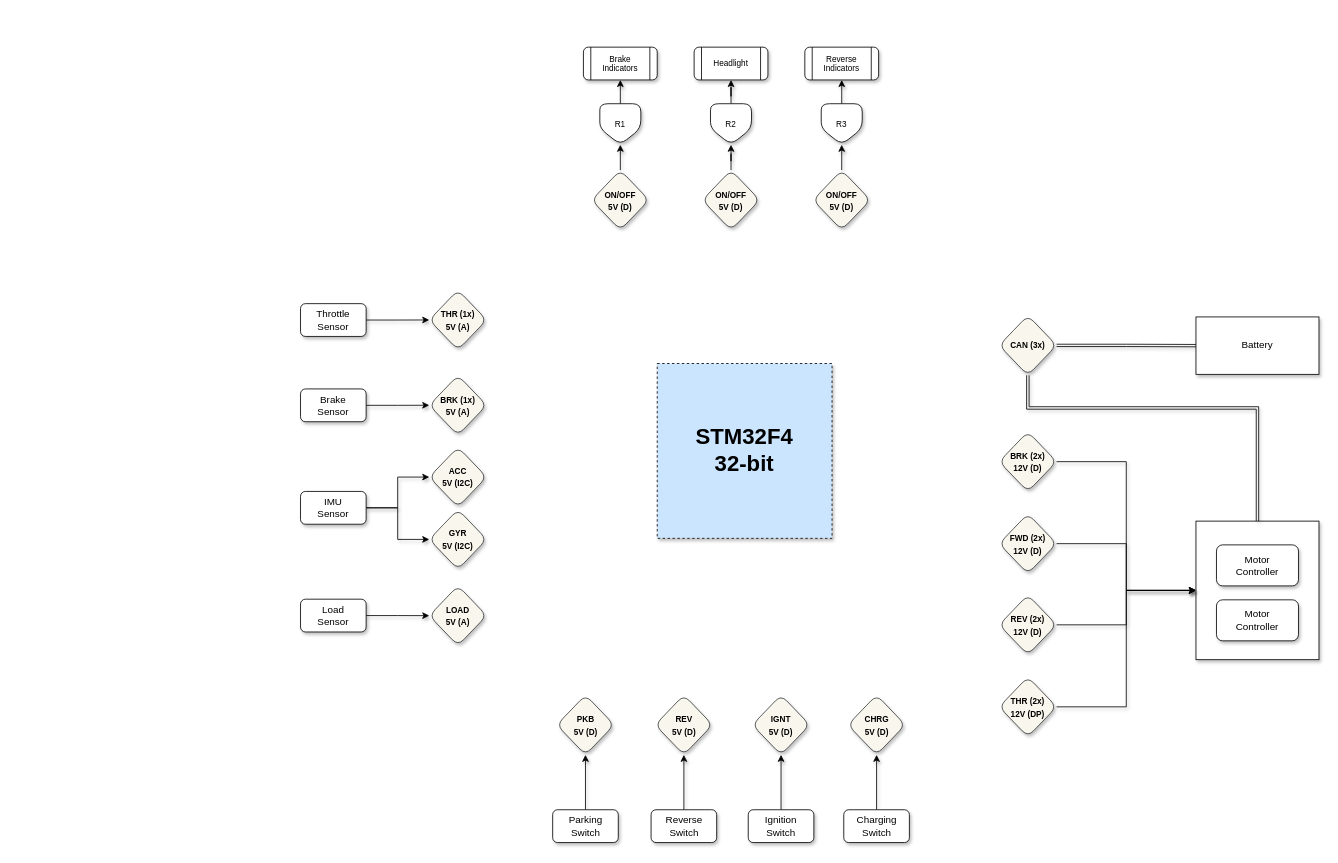
The draw.io diagram ECU.drawio in techvitamins/developer, before the edit. Source tidied: cells renumbered, new cells numbered last; positions are measured from the earlier drawing's top-left corner, leaving out a move shared by most shapes. Both pictures are drawn from the tidied source at 82%, with x=0, y=0 at pixel (300, 47).
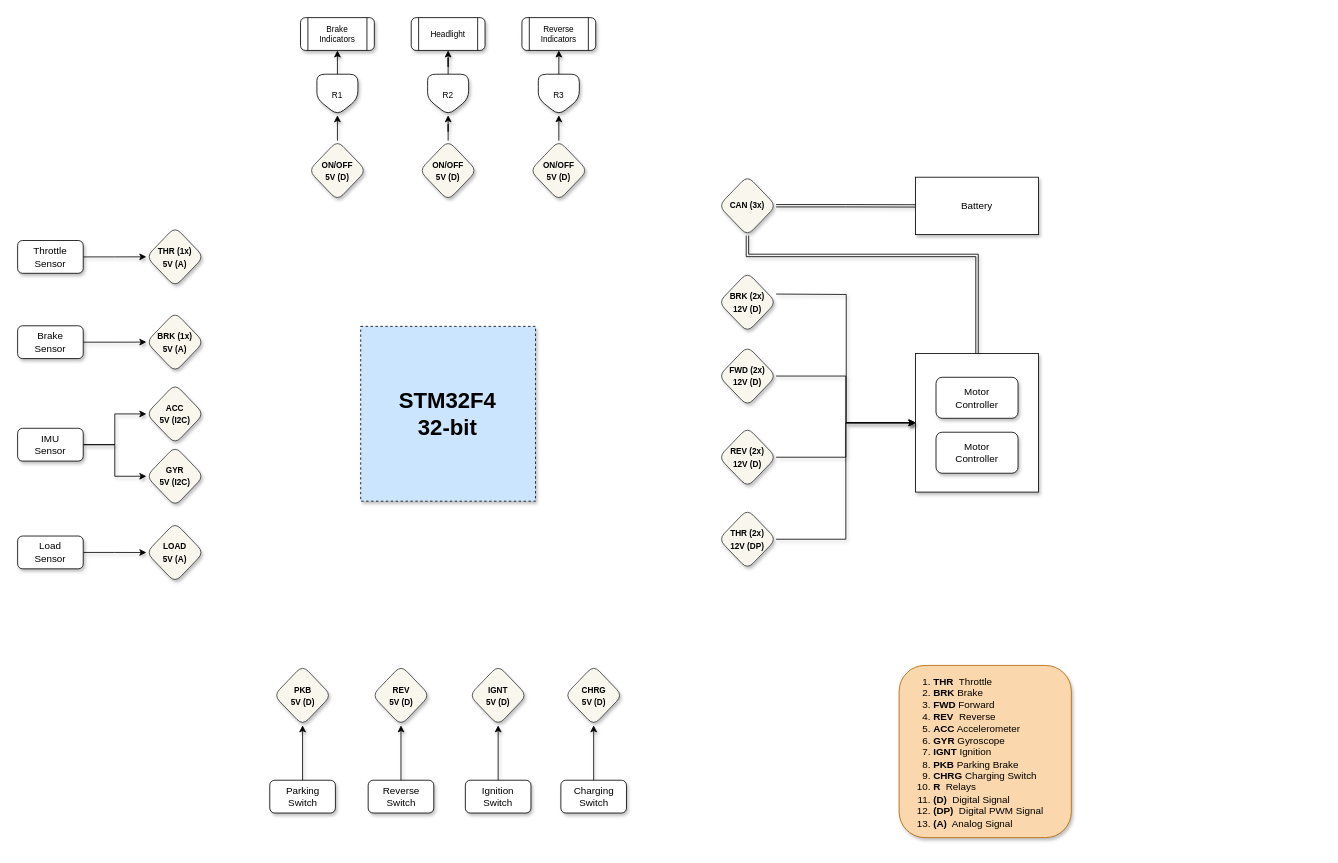
The same diagram, later.

What changed in the source:
```diff
@@
     <mxCell id="2" value="&lt;font style=&quot;font-size: 27px&quot;&gt;&lt;b&gt;STM32F4&lt;br&gt;32-bit&lt;/b&gt;&lt;/font&gt;" style="whiteSpace=wrap;html=1;shadow=1;strokeColor=default;strokeWidth=1;fillColor=#cce5ff;dashed=1;" parent="1" vertex="1">
-      <mxGeometry x="435" y="385.8" width="213.2" height="213.2" as="geometry" />
+      <mxGeometry x="73.4" y="340.5" width="213.2" height="213.2" as="geometry" />
     </mxCell>
-    <mxCell id="3" style="edgeStyle=orthogonalEdgeStyle;rounded=0;jettySize=auto;html=1;exitX=1;exitY=0.5;exitDx=0;exitDy=0;entryX=0;entryY=0.5;entryDx=0;entryDy=0;fontSize=10;shadow=1;" parent="1" edge="1" source="4" target="5">
-      <mxGeometry relative="1" as="geometry" />
+    <mxCell id="3" style="edgeStyle=orthogonalEdgeStyle;rounded=0;jettySize=auto;html=1;exitX=1;exitY=0.5;exitDx=0;exitDy=0;entryX=0;entryY=0.5;entryDx=0;entryDy=0;fontSize=10;shadow=1;" parent="1" edge="1" target="5">
+      <mxGeometry relative="1" as="geometry">
+        <mxPoint x="580" y="301.1" as="sourcePoint" />
+      </mxGeometry>
     </mxCell>
     <mxCell id="4" value="&lt;font style=&quot;font-size: 10px&quot;&gt;&lt;b&gt;BRK (2x)&lt;br&gt;12V (D)&lt;/b&gt;&lt;/font&gt;" style="rhombus;whiteSpace=wrap;html=1;shadow=1;rounded=1;fillColor=#f9f7ed;strokeColor=#36393d;" parent="1" vertex="1">
-      <mxGeometry x="852" y="469" width="70" height="73" as="geometry" />
+      <mxGeometry x="510" y="274.6" width="70" height="73" as="geometry" />
     </mxCell>
     <mxCell id="5" style="rounded=0;whiteSpace=wrap;html=1;shadow=1;" parent="1" vertex="1">
-      <mxGeometry x="1092" y="578" width="150" height="169" as="geometry" />
+      <mxGeometry x="750" y="373.6" width="150" height="169" as="geometry" />
     </mxCell>
     <mxCell id="6" value="Motor&lt;br&gt;Controller" style="rounded=1;whiteSpace=wrap;html=1;shadow=1;" parent="1" vertex="1">
-      <mxGeometry x="1117" y="607" width="100" height="50" as="geometry" />
+      <mxGeometry x="775" y="402.6" width="100" height="50" as="geometry" />
     </mxCell>
     <mxCell id="7" value="Motor&lt;br&gt;Controller" style="rounded=1;whiteSpace=wrap;html=1;shadow=1;" parent="1" vertex="1">
-      <mxGeometry x="1117" y="674" width="100" height="50" as="geometry" />
+      <mxGeometry x="775" y="469.6" width="100" height="50" as="geometry" />
     </mxCell>
@@
     <mxCell id="9" value="Brake&lt;br&gt;Sensor" style="rounded=1;whiteSpace=wrap;html=1;shadow=1;" parent="1" vertex="1">
-      <mxGeometry y="416.8" width="80" height="40" as="geometry" />
+      <mxGeometry x="-345" y="339.8" width="80" height="40" as="geometry" />
     </mxCell>
@@
     <mxCell id="12" value="IMU&lt;br&gt;Sensor" style="rounded=1;whiteSpace=wrap;html=1;shadow=1;" parent="1" vertex="1">
-      <mxGeometry y="541.8" width="80" height="40" as="geometry" />
+      <mxGeometry x="-345" y="464.8" width="80" height="40" as="geometry" />
     </mxCell>
@@
     <mxCell id="14" value="&lt;font style=&quot;font-size: 10px&quot;&gt;&lt;b&gt;FWD (2x)&lt;br&gt;12V (D)&lt;/b&gt;&lt;/font&gt;" style="rhombus;whiteSpace=wrap;html=1;shadow=1;rounded=1;fillColor=#f9f7ed;strokeColor=#36393d;" parent="1" vertex="1">
-      <mxGeometry x="852" y="569" width="70" height="73" as="geometry" />
+      <mxGeometry x="510" y="364.6" width="70" height="73" as="geometry" />
     </mxCell>
@@
     <mxCell id="16" value="&lt;font style=&quot;font-size: 10px&quot;&gt;&lt;b&gt;REV (2x)&lt;br&gt;12V (D)&lt;/b&gt;&lt;/font&gt;" style="rhombus;whiteSpace=wrap;html=1;shadow=1;rounded=1;fillColor=#f9f7ed;strokeColor=#36393d;" parent="1" vertex="1">
-      <mxGeometry x="852" y="668" width="70" height="73" as="geometry" />
+      <mxGeometry x="510" y="463.6" width="70" height="73" as="geometry" />
     </mxCell>
@@
     <mxCell id="18" value="&lt;font style=&quot;font-size: 10px&quot;&gt;&lt;b&gt;THR (2x)&lt;br&gt;12V (DP)&lt;/b&gt;&lt;/font&gt;" style="rhombus;whiteSpace=wrap;html=1;shadow=1;rounded=1;fillColor=#f9f7ed;strokeColor=#36393d;" parent="1" vertex="1">
-      <mxGeometry x="852" y="768" width="70" height="73" as="geometry" />
+      <mxGeometry x="510" y="563.6" width="70" height="73" as="geometry" />
     </mxCell>
     <mxCell id="19" value="&lt;font style=&quot;font-size: 10px&quot;&gt;&lt;b&gt;BRK (1x)&lt;br&gt;5V (A)&lt;br&gt;&lt;/b&gt;&lt;/font&gt;" style="rhombus;whiteSpace=wrap;html=1;shadow=1;rounded=1;fillColor=#f9f7ed;strokeColor=#36393d;" parent="1" vertex="1">
-      <mxGeometry x="157" y="400.2" width="70" height="73" as="geometry" />
+      <mxGeometry x="-188" y="323.2" width="70" height="73" as="geometry" />
     </mxCell>
     <mxCell id="20" value="&lt;font style=&quot;font-size: 10px&quot;&gt;&lt;b&gt;ACC&lt;br&gt;5V (I2C)&lt;br&gt;&lt;/b&gt;&lt;/font&gt;" style="rhombus;whiteSpace=wrap;html=1;shadow=1;rounded=1;fillColor=#f9f7ed;strokeColor=#36393d;" parent="1" vertex="1">
-      <mxGeometry x="157" y="487.8" width="70" height="73" as="geometry" />
+      <mxGeometry x="-188" y="410.8" width="70" height="73" as="geometry" />
     </mxCell>
     <mxCell id="21" value="&lt;font style=&quot;font-size: 10px&quot;&gt;&lt;b&gt;GYR&lt;br&gt;5V (I2C)&lt;br&gt;&lt;/b&gt;&lt;/font&gt;" style="rhombus;whiteSpace=wrap;html=1;shadow=1;rounded=1;fillColor=#f9f7ed;strokeColor=#36393d;" parent="1" vertex="1">
-      <mxGeometry x="157" y="563.8" width="70" height="73" as="geometry" />
+      <mxGeometry x="-188" y="486.8" width="70" height="73" as="geometry" />
     </mxCell>
@@
     <mxCell id="23" value="Load&lt;br&gt;Sensor" style="rounded=1;whiteSpace=wrap;html=1;shadow=1;" parent="1" vertex="1">
-      <mxGeometry y="673.2" width="80" height="40" as="geometry" />
+      <mxGeometry x="-345" y="596.2" width="80" height="40" as="geometry" />
     </mxCell>
     <mxCell id="24" value="&lt;font style=&quot;font-size: 10px&quot;&gt;&lt;b&gt;LOAD&lt;br&gt;5V (A)&lt;br&gt;&lt;/b&gt;&lt;/font&gt;" style="rhombus;whiteSpace=wrap;html=1;shadow=1;rounded=1;fillColor=#f9f7ed;strokeColor=#36393d;" parent="1" vertex="1">
-      <mxGeometry x="157" y="656.8" width="70" height="73" as="geometry" />
+      <mxGeometry x="-188" y="579.8" width="70" height="73" as="geometry" />
     </mxCell>
@@
     <mxCell id="26" value="Throttle&lt;br&gt;Sensor" style="rounded=1;whiteSpace=wrap;html=1;shadow=1;" parent="1" vertex="1">
-      <mxGeometry y="312.8" width="80" height="40" as="geometry" />
+      <mxGeometry x="-345" y="235.8" width="80" height="40" as="geometry" />
     </mxCell>
     <mxCell id="27" value="&lt;font style=&quot;font-size: 10px&quot;&gt;&lt;b&gt;THR (1x)&lt;br&gt;5V (A)&lt;br&gt;&lt;/b&gt;&lt;/font&gt;" style="rhombus;whiteSpace=wrap;html=1;shadow=1;rounded=1;fillColor=#f9f7ed;strokeColor=#36393d;" parent="1" vertex="1">
-      <mxGeometry x="157" y="296.2" width="70" height="73" as="geometry" />
+      <mxGeometry x="-188" y="219.2" width="70" height="73" as="geometry" />
     </mxCell>
     <mxCell id="28" value="Headlight" style="shape=process;whiteSpace=wrap;html=1;backgroundOutline=1;rounded=1;fontSize=10;shadow=1;" parent="1" vertex="1">
-      <mxGeometry x="480" width="90" height="40" as="geometry" />
+      <mxGeometry x="135" y="-36" width="90" height="40" as="geometry" />
     </mxCell>
@@
     <mxCell id="30" value="&lt;font style=&quot;font-size: 10px&quot;&gt;&lt;b&gt;ON/OFF&lt;br&gt;5V (D)&lt;/b&gt;&lt;/font&gt;" style="rhombus;whiteSpace=wrap;html=1;shadow=1;rounded=1;fillColor=#f9f7ed;strokeColor=#36393d;" parent="1" vertex="1">
-      <mxGeometry x="490" y="150" width="70" height="73" as="geometry" />
+      <mxGeometry x="145" y="114" width="70" height="73" as="geometry" />
     </mxCell>
     <mxCell id="31" value="Brake&lt;br&gt;Indicators" style="shape=process;whiteSpace=wrap;html=1;backgroundOutline=1;rounded=1;fontSize=10;shadow=1;" parent="1" vertex="1">
-      <mxGeometry x="345" width="90" height="40" as="geometry" />
+      <mxGeometry y="-36" width="90" height="40" as="geometry" />
     </mxCell>
     <mxCell id="32" value="Reverse&lt;br&gt;Indicators" style="shape=process;whiteSpace=wrap;html=1;backgroundOutline=1;rounded=1;fontSize=10;shadow=1;" parent="1" vertex="1">
-      <mxGeometry x="615" width="90" height="40" as="geometry" />
+      <mxGeometry x="270" y="-36" width="90" height="40" as="geometry" />
     </mxCell>
@@
     <mxCell id="34" value="&lt;font style=&quot;font-size: 10px&quot;&gt;&lt;b&gt;ON/OFF&lt;br&gt;5V (D)&lt;/b&gt;&lt;/font&gt;" style="rhombus;whiteSpace=wrap;html=1;shadow=1;rounded=1;fillColor=#f9f7ed;strokeColor=#36393d;" parent="1" vertex="1">
-      <mxGeometry x="355" y="150" width="70" height="73" as="geometry" />
+      <mxGeometry x="10" y="114" width="70" height="73" as="geometry" />
     </mxCell>
@@
     <mxCell id="36" value="&lt;font style=&quot;font-size: 10px&quot;&gt;&lt;b&gt;ON/OFF&lt;br&gt;5V (D)&lt;/b&gt;&lt;/font&gt;" style="rhombus;whiteSpace=wrap;html=1;shadow=1;rounded=1;fillColor=#f9f7ed;strokeColor=#36393d;" parent="1" vertex="1">
-      <mxGeometry x="625" y="150" width="70" height="73" as="geometry" />
+      <mxGeometry x="280" y="114" width="70" height="73" as="geometry" />
     </mxCell>
@@
     <mxCell id="38" value="R1" style="shape=offPageConnector;whiteSpace=wrap;html=1;rounded=1;shadow=1;fontSize=10;size=0.4;" parent="1" vertex="1">
-      <mxGeometry x="365" y="69" width="50" height="50" as="geometry" />
+      <mxGeometry x="20" y="33" width="50" height="50" as="geometry" />
     </mxCell>
@@
     <mxCell id="40" value="R2" style="shape=offPageConnector;whiteSpace=wrap;html=1;rounded=1;shadow=1;fontSize=10;size=0.4;" parent="1" vertex="1">
-      <mxGeometry x="500" y="69" width="50" height="50" as="geometry" />
+      <mxGeometry x="155" y="33" width="50" height="50" as="geometry" />
     </mxCell>
@@
     <mxCell id="42" value="R3" style="shape=offPageConnector;whiteSpace=wrap;html=1;rounded=1;shadow=1;fontSize=10;size=0.4;" parent="1" vertex="1">
-      <mxGeometry x="635" y="69" width="50" height="50" as="geometry" />
+      <mxGeometry x="290" y="33" width="50" height="50" as="geometry" />
     </mxCell>
@@
     <mxCell id="44" value="Parking&lt;br&gt;Switch" style="rounded=1;whiteSpace=wrap;html=1;shadow=1;" parent="1" vertex="1">
-      <mxGeometry x="307.5" y="930" width="80" height="40" as="geometry" />
+      <mxGeometry x="-37.5" y="894" width="80" height="40" as="geometry" />
     </mxCell>
@@
     <mxCell id="46" value="Reverse&lt;br&gt;Switch" style="rounded=1;whiteSpace=wrap;html=1;shadow=1;" parent="1" vertex="1">
-      <mxGeometry x="427.5" y="930" width="80" height="40" as="geometry" />
+      <mxGeometry x="82.5" y="894" width="80" height="40" as="geometry" />
     </mxCell>
@@
     <mxCell id="48" value="Charging&lt;br&gt;Switch" style="rounded=1;whiteSpace=wrap;html=1;shadow=1;" parent="1" vertex="1">
-      <mxGeometry x="662.5" y="930" width="80" height="40" as="geometry" />
+      <mxGeometry x="317.5" y="894" width="80" height="40" as="geometry" />
     </mxCell>
@@
     <mxCell id="50" value="Ignition&lt;br&gt;Switch" style="rounded=1;whiteSpace=wrap;html=1;shadow=1;" parent="1" vertex="1">
-      <mxGeometry x="546" y="930" width="80" height="40" as="geometry" />
+      <mxGeometry x="201" y="894" width="80" height="40" as="geometry" />
     </mxCell>
     <mxCell id="51" value="&lt;font style=&quot;font-size: 10px&quot;&gt;&lt;b&gt;PKB&lt;br&gt;5V (D)&lt;br&gt;&lt;/b&gt;&lt;/font&gt;" style="rhombus;whiteSpace=wrap;html=1;shadow=1;rounded=1;fillColor=#f9f7ed;strokeColor=#36393d;" parent="1" vertex="1">
-      <mxGeometry x="312.5" y="790" width="70" height="73" as="geometry" />
+      <mxGeometry x="-32.5" y="754" width="70" height="73" as="geometry" />
     </mxCell>
     <mxCell id="52" value="&lt;font style=&quot;font-size: 10px&quot;&gt;&lt;b&gt;REV&lt;br&gt;5V (D)&lt;br&gt;&lt;/b&gt;&lt;/font&gt;" style="rhombus;whiteSpace=wrap;html=1;shadow=1;rounded=1;fillColor=#f9f7ed;strokeColor=#36393d;" parent="1" vertex="1">
-      <mxGeometry x="432.5" y="790" width="70" height="73" as="geometry" />
+      <mxGeometry x="87.5" y="754" width="70" height="73" as="geometry" />
     </mxCell>
     <mxCell id="53" value="&lt;font style=&quot;font-size: 10px&quot;&gt;&lt;b&gt;IGNT&lt;br&gt;5V (D)&lt;br&gt;&lt;/b&gt;&lt;/font&gt;" style="rhombus;whiteSpace=wrap;html=1;shadow=1;rounded=1;fillColor=#f9f7ed;strokeColor=#36393d;" parent="1" vertex="1">
-      <mxGeometry x="551" y="790" width="70" height="73" as="geometry" />
+      <mxGeometry x="206" y="754" width="70" height="73" as="geometry" />
     </mxCell>
     <mxCell id="54" value="&lt;font style=&quot;font-size: 10px&quot;&gt;&lt;b&gt;CHRG&lt;br&gt;5V (D)&lt;br&gt;&lt;/b&gt;&lt;/font&gt;" style="rhombus;whiteSpace=wrap;html=1;shadow=1;rounded=1;fillColor=#f9f7ed;strokeColor=#36393d;" parent="1" vertex="1">
-      <mxGeometry x="667.5" y="790" width="70" height="73" as="geometry" />
+      <mxGeometry x="322.5" y="754" width="70" height="73" as="geometry" />
     </mxCell>
@@
     <mxCell id="56" style="edgeStyle=elbowEdgeStyle;shape=link;rounded=0;jettySize=auto;html=1;entryX=0.5;entryY=0;entryDx=0;entryDy=0;shadow=1;fontSize=12;elbow=vertical;width=3;" parent="1" edge="1" source="57" target="5">
       <mxGeometry relative="1" as="geometry">
         <Array as="points">
-          <mxPoint x="1035" y="440" />
+          <mxPoint x="720" y="254" />
+          <mxPoint x="693" y="381.6" />
         </Array>
       </mxGeometry>
     </mxCell>
     <mxCell id="57" value="&lt;font style=&quot;font-size: 10px&quot;&gt;&lt;b&gt;CAN (3x)&lt;br&gt;&lt;/b&gt;&lt;/font&gt;" style="rhombus;whiteSpace=wrap;html=1;shadow=1;rounded=1;fillColor=#f9f7ed;strokeColor=#36393d;" parent="1" vertex="1">
-      <mxGeometry x="852" y="327.2" width="70" height="73" as="geometry" />
+      <mxGeometry x="510" y="156.9" width="70" height="73" as="geometry" />
     </mxCell>
     <mxCell id="58" value="Battery" style="rounded=0;whiteSpace=wrap;html=1;shadow=1;" parent="1" vertex="1">
-      <mxGeometry x="1092" y="329" width="150" height="70" as="geometry" />
+      <mxGeometry x="750" y="158.6" width="150" height="70" as="geometry" />
     </mxCell>
+    <mxCell id="59" style="whiteSpace=wrap;html=1;rounded=1;shadow=1;fontSize=12;strokeWidth=1;fillColor=#fad7ac;strokeColor=#b46504;" parent="1" vertex="1">
+      <mxGeometry x="730" y="754" width="210" height="210" as="geometry" />
+    </mxCell>
+    <mxCell id="60" value="&lt;ol&gt;&lt;li&gt;&lt;b&gt;THR&lt;/b&gt;&lt;span style=&quot;white-space: pre&quot;&gt; &lt;span style=&quot;white-space: pre&quot;&gt; &lt;/span&gt;&lt;/span&gt;Throttle&lt;/li&gt;&lt;li&gt;&lt;b&gt;BRK&lt;/b&gt;&lt;span style=&quot;white-space: pre&quot;&gt; &lt;/span&gt;Brake&lt;/li&gt;&lt;li&gt;&lt;b&gt;FWD&lt;/b&gt;&lt;span style=&quot;white-space: pre&quot;&gt; &lt;/span&gt;Forward&lt;/li&gt;&lt;li&gt;&lt;b&gt;REV&lt;/b&gt;&lt;span style=&quot;white-space: pre&quot;&gt; &lt;/span&gt;&lt;span style=&quot;white-space: pre&quot;&gt; &lt;/span&gt;Reverse&lt;/li&gt;&lt;li&gt;&lt;b&gt;ACC&lt;/b&gt;&lt;span style=&quot;white-space: pre&quot;&gt; &lt;/span&gt;Accelerometer&lt;/li&gt;&lt;li&gt;&lt;b&gt;GYR&lt;/b&gt;&lt;span style=&quot;white-space: pre&quot;&gt; &lt;/span&gt;Gyroscope&lt;/li&gt;&lt;li&gt;&lt;b&gt;IGNT&lt;/b&gt;&lt;span style=&quot;white-space: pre&quot;&gt; &lt;/span&gt;Ignition&lt;/li&gt;&lt;li&gt;&lt;b&gt;PKB&lt;/b&gt;&lt;span style=&quot;white-space: pre&quot;&gt; &lt;/span&gt;Parking Brake&lt;/li&gt;&lt;li&gt;&lt;b&gt;CHRG&lt;/b&gt;&lt;span style=&quot;white-space: pre&quot;&gt; &lt;/span&gt;Charging Switch&lt;/li&gt;&lt;li&gt;&lt;b&gt;R&lt;/b&gt;&lt;span style=&quot;white-space: pre&quot;&gt;&lt;b&gt; &lt;/b&gt;&lt;/span&gt;&lt;span style=&quot;white-space: pre&quot;&gt; &lt;/span&gt;Relays&lt;/li&gt;&lt;li&gt;&lt;b&gt;(D)&lt;/b&gt;&lt;span style=&quot;white-space: pre&quot;&gt; &lt;/span&gt;&lt;span style=&quot;white-space: pre&quot;&gt; &lt;/span&gt;Digital Signal&lt;/li&gt;&lt;li&gt;&lt;b&gt;(DP)&lt;/b&gt;&lt;span style=&quot;font-weight: bold ; white-space: pre&quot;&gt; &lt;/span&gt;&lt;span style=&quot;font-weight: bold ; white-space: pre&quot;&gt; &lt;/span&gt;Digital PWM Signal&lt;/li&gt;&lt;li&gt;&lt;b&gt;(A)&lt;/b&gt;&lt;span style=&quot;white-space: pre&quot;&gt; &lt;/span&gt;&lt;span style=&quot;white-space: pre&quot;&gt; &lt;/span&gt;Analog Signal&lt;/li&gt;&lt;/ol&gt;" style="text;html=1;strokeColor=none;fillColor=none;align=left;verticalAlign=middle;whiteSpace=wrap;rounded=0;shadow=1;dashed=1;fontSize=12;" parent="1" vertex="1">
+      <mxGeometry x="730" y="773.5" width="210" height="173.5" as="geometry" />
+    </mxCell>
```
